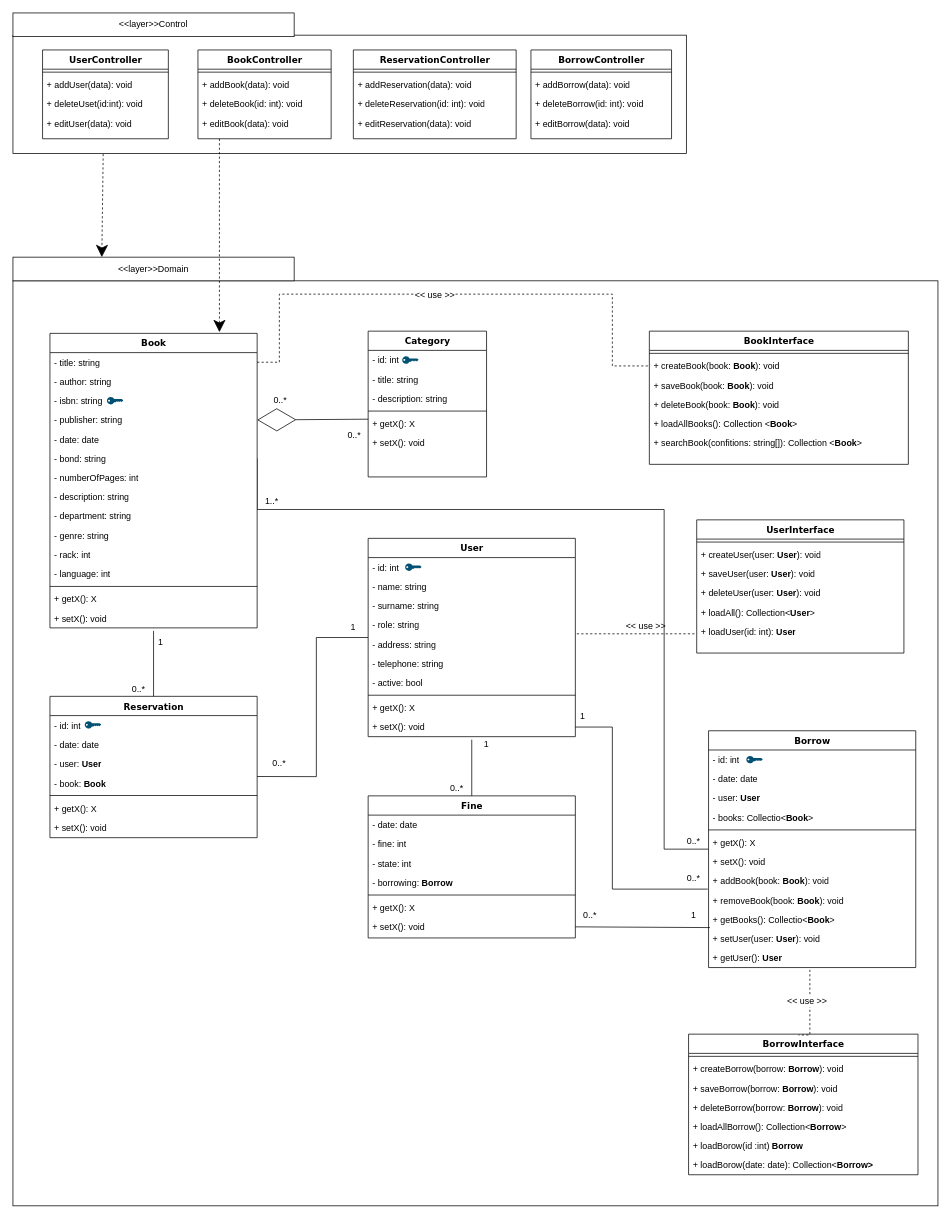
This is Navrh_IS/assets/classdiagram/KDM.drawio from tammar96/piswap, a draw.io file, before an edit. Source tidied: cells renumbered, new cells numbered last; positions are measured from the earlier drawing's top-left corner, leaving out a move shared by most shapes. Both pictures are drawn from the tidied source at 74%, with x=0, y=0 at pixel (13, 13).
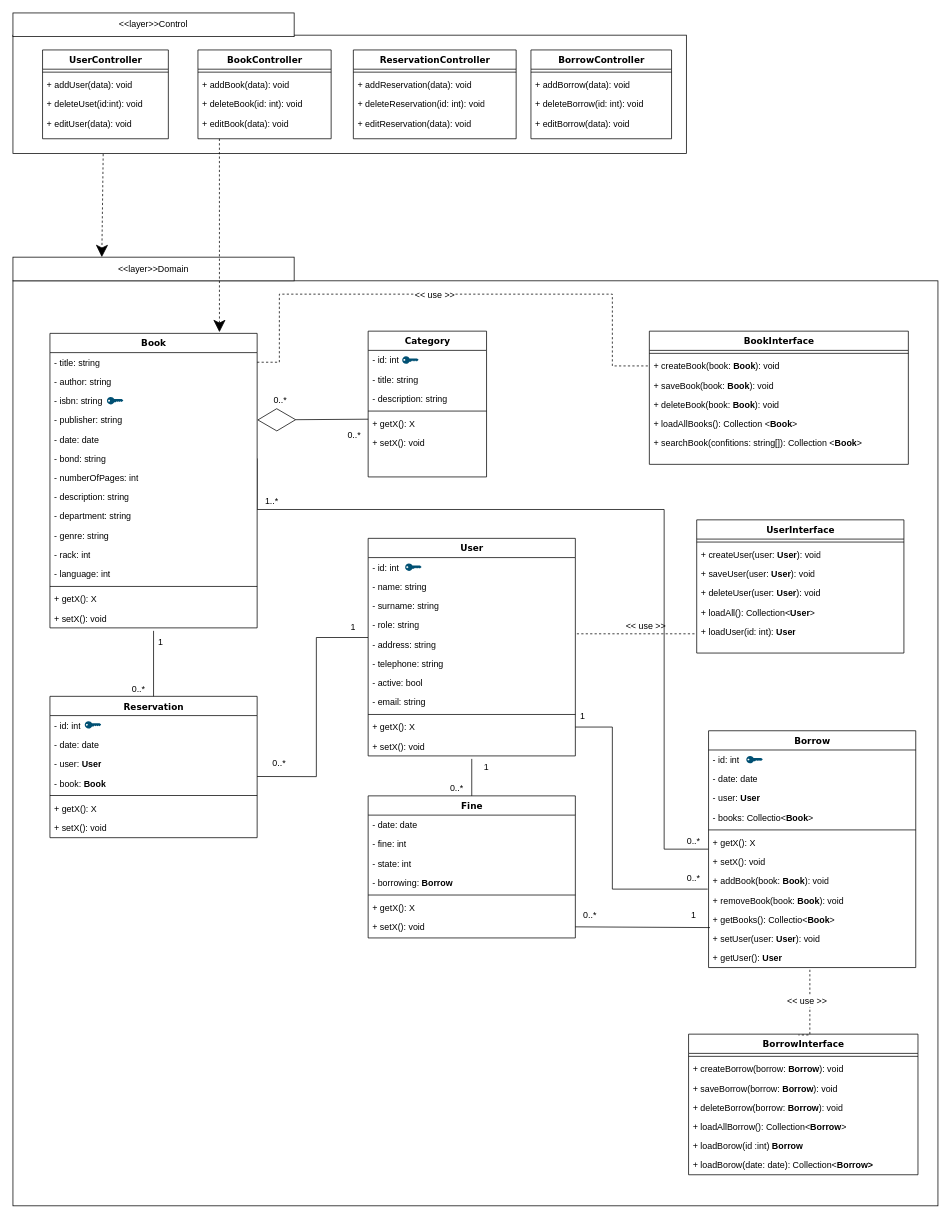
The same diagram, later.

Commit message (it also covers changes not shown here):
[+] Add email to user class

The change refers to these unchanged cells:
```xml
<mxCell id="31" value="+ addBook(book: &lt;b&gt;Book&lt;/b&gt;): void" style="text;html=1;strokeColor=none;fillColor=none;align=left;verticalAlign=top;spacingLeft=4;spacingRight=4;whiteSpace=wrap;overflow=hidden;points=[[0,0.5],[1,0.5]];portConstraint=eastwest;" parent="23" vertex="1">
  <mxGeometry y="190" width="280" height="26" as="geometry" />
</mxCell>
```

The edit, as a diff of the source:
```diff
@@
     <mxCell id="53" value="User" style="swimlane;html=1;fontStyle=1;align=center;verticalAlign=top;horizontal=1;startSize=26;swimlaneFillColor=#ffffff;rounded=0;shadow=0;comic=0;labelBackgroundColor=none;strokeWidth=1;fillColor=none;fontFamily=Verdana;fontSize=12;" parent="1" vertex="1">
-      <mxGeometry x="480" y="710" width="280" height="268" as="geometry" />
+      <mxGeometry x="480" y="710" width="280" height="294" as="geometry" />
     </mxCell>
@@
+    <mxCell id="147" value="&lt;div&gt;- email: string&lt;/div&gt;" style="text;html=1;strokeColor=none;fillColor=none;align=left;verticalAlign=top;spacingLeft=4;spacingRight=4;whiteSpace=wrap;overflow=hidden;" parent="53" vertex="1">
+      <mxGeometry y="208" width="280" height="26" as="geometry" />
+    </mxCell>
     <mxCell id="61" style="line;html=1;strokeWidth=1;fillColor=none;align=left;verticalAlign=middle;spacingTop=-1;spacingLeft=3;spacingRight=3;labelPosition=right;" parent="53" vertex="1">
-      <mxGeometry y="208" width="280" height="8" as="geometry" />
+      <mxGeometry y="234" width="280" height="8" as="geometry" />
     </mxCell>
     <mxCell id="62" value="+ getX(): X" style="text;html=1;strokeColor=none;fillColor=none;align=left;verticalAlign=top;spacingLeft=4;spacingRight=4;whiteSpace=wrap;overflow=hidden;points=[[0,0.5],[1,0.5]];portConstraint=eastwest;" parent="53" vertex="1">
-      <mxGeometry y="216" width="280" height="26" as="geometry" />
+      <mxGeometry y="242" width="280" height="26" as="geometry" />
     </mxCell>
     <mxCell id="63" value="+ setX(): void" style="text;html=1;strokeColor=none;fillColor=none;align=left;verticalAlign=top;spacingLeft=4;spacingRight=4;whiteSpace=wrap;overflow=hidden;points=[[0,0.5],[1,0.5]];portConstraint=eastwest;" parent="53" vertex="1">
-      <mxGeometry y="242" width="280" height="26" as="geometry" />
+      <mxGeometry y="268" width="280" height="26" as="geometry" />
     </mxCell>
@@
     <mxCell id="87" value="1" style="text;html=1;strokeColor=none;fillColor=none;align=center;verticalAlign=middle;whiteSpace=wrap;rounded=0;" parent="1" vertex="1">
-      <mxGeometry x="620" y="978" width="40" height="20" as="geometry" />
+      <mxGeometry x="620" y="1009" width="40" height="20" as="geometry" />
     </mxCell>
@@
-    <mxCell id="93" style="endArrow=none;html=1;strokeColor=#000000;strokeWidth=1;entryX=1;entryY=0.5;entryDx=0;entryDy=0;exitX=-0.004;exitY=0.923;exitDx=0;exitDy=0;exitPerimeter=0;rounded=0;" parent="1" edge="1" source="31" target="63">
+    <mxCell id="93" style="endArrow=none;html=1;strokeColor=#000000;strokeWidth=1;entryX=1;entryY=0.5;entryDx=0;entryDy=0;exitX=-0.004;exitY=0.923;exitDx=0;exitDy=0;exitPerimeter=0;rounded=0;" parent="1" edge="1" source="31" target="62">
       <mxGeometry relative="1" as="geometry">
         <Array as="points">
           <mxPoint x="810" y="1184" />
           <mxPoint x="810" y="965" />
         </Array>
       </mxGeometry>
     </mxCell>
```
